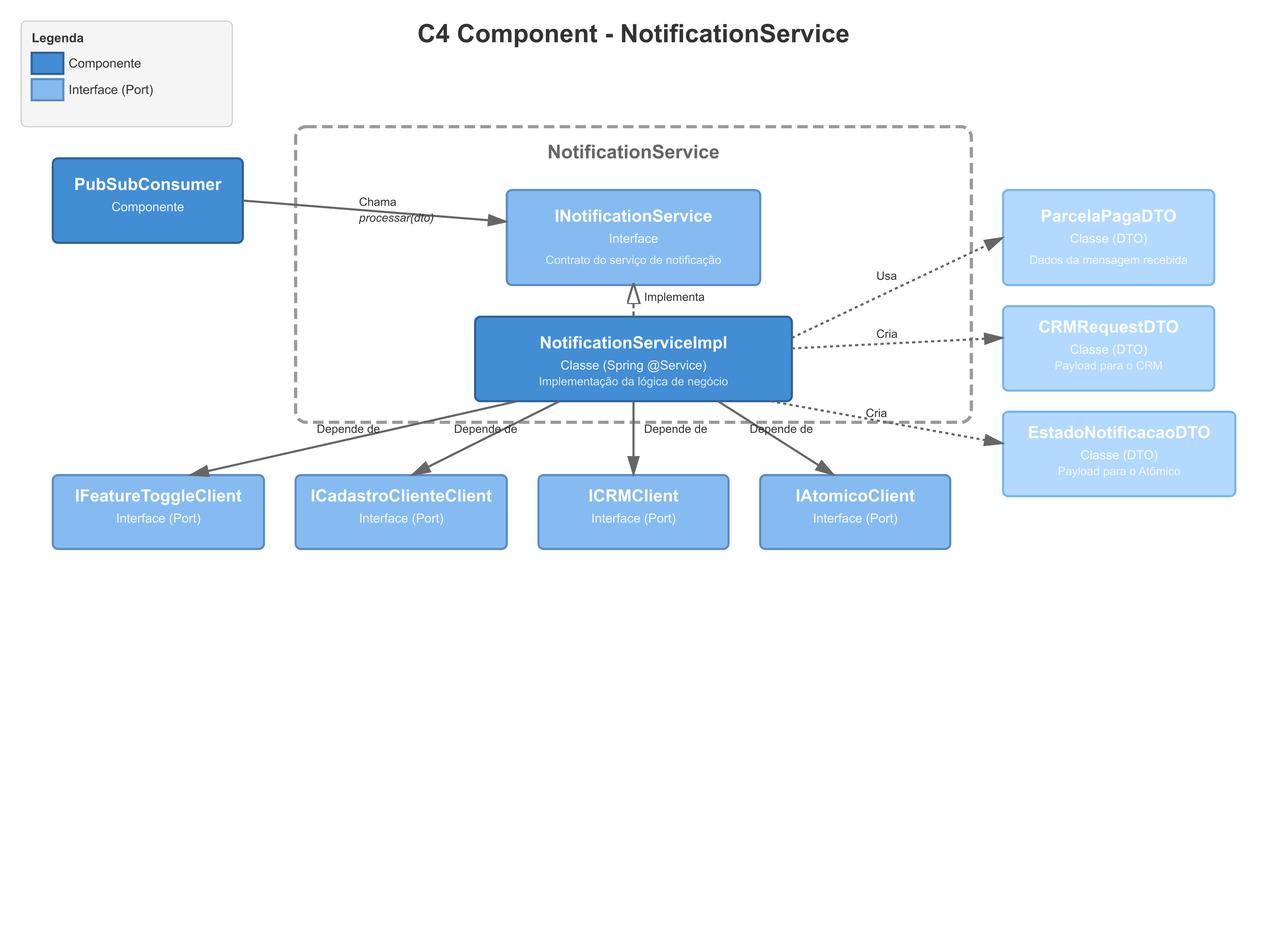
Earlier version of the PlantUML export relatorio_c4_n4.png (FabianoSilveira2017/desafio-final-api-clientes). Its source is kept beside it as relatorio_c4_n4.puml.
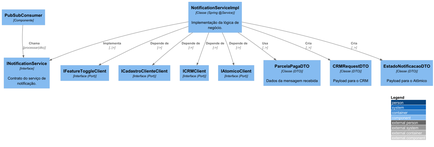
The same diagram one commit later.

Commit message:
Correção diagrama nível 4

What changed in the source:
```diff
@@ -14,13 +14,15 @@
 Component(dto_out_crm, "CRMRequestDTO", "Classe (DTO)", "Payload para o CRM")
 Component(dto_out_atomico, "EstadoNotificacaoDTO", "Classe (DTO)", "Payload para o Atômico")
 
+Component(service_iface, "INotificationService", "Interface", "Contrato do serviço de notificação.")
+Component(service_impl, "NotificationServiceImpl", "Classe (Spring @Service)", "Implementação da lógica de negócio.")
+
+Rel(service_impl, service_iface, "Implementa", "..|>")
 Rel(consumer, service_iface, "Chama", "processar(dto)")
-
 Rel(service_impl, ft_port, "Depende de", "->")
 Rel(service_impl, cadastro_port, "Depende de", "->")
 Rel(service_impl, crm_port, "Depende de", "->")
 Rel(service_impl, atomico_port, "Depende de", "->")
-
 Rel(service_impl, dto_in, "Usa", "..>")
 Rel(service_impl, dto_out_crm, "Cria", "..>")
 Rel(service_impl, dto_out_atomico, "Cria", "..>")
```
